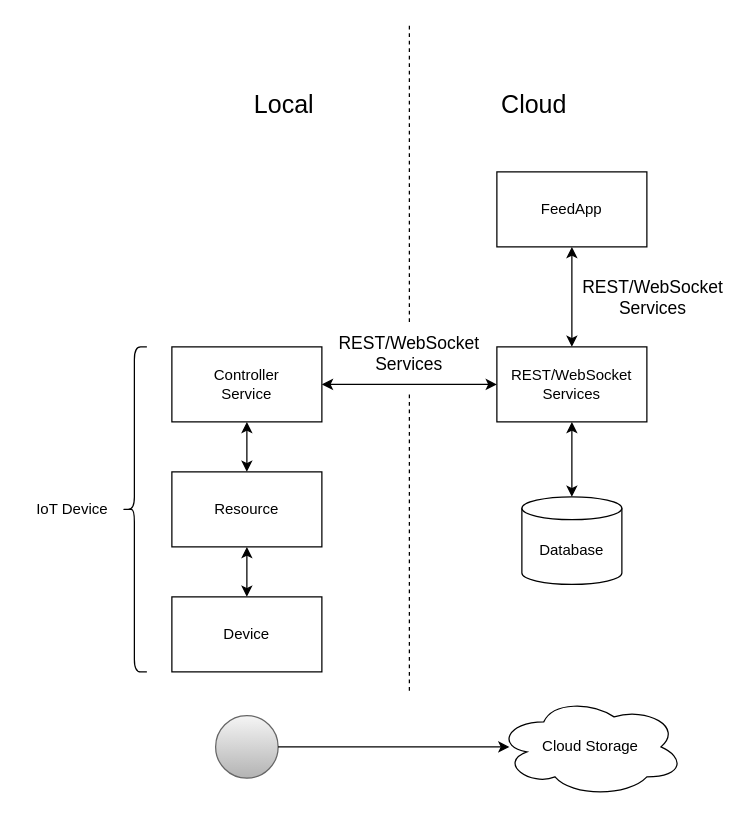
This is Assignments/AssignmentA/ArchitecturalDiagram/ArchitecturalDiagram.drawio from LisaEliassen/DAT250_Project, a draw.io file, before an edit. Source tidied: cells renumbered, new cells numbered last; positions are measured from the earlier drawing's top-left corner, leaving out a move shared by most shapes. Both pictures are drawn from the tidied source at 125%, with x=0, y=0 at pixel (21, 21).
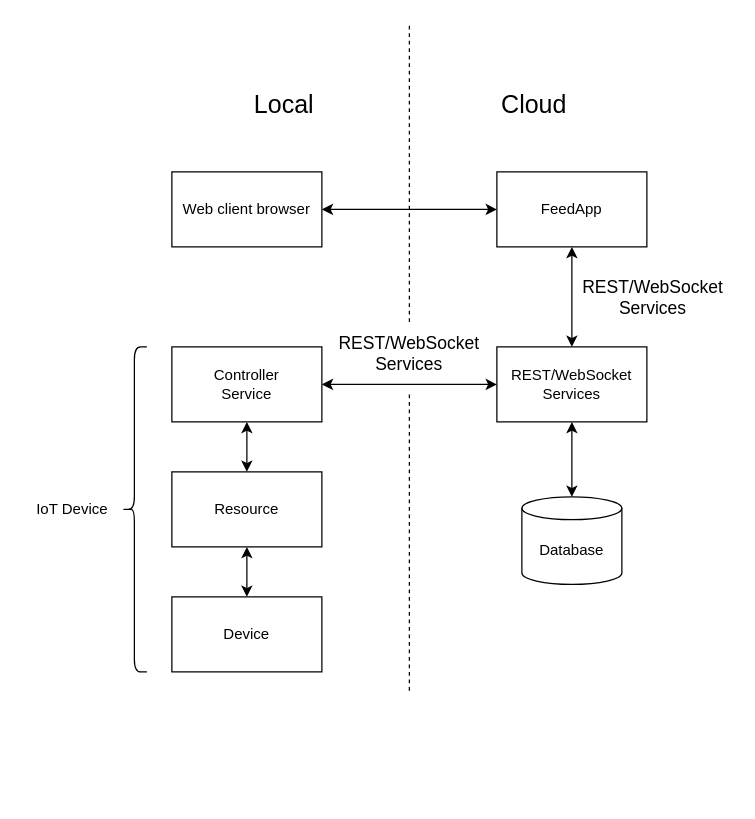
After the change.

Unchanged cells that the change refers to:
```xml
<mxCell id="4" value="FeedApp" style="rounded=0;whiteSpace=wrap;html=1;" parent="1" vertex="1">
  <mxGeometry x="380" y="120" width="120" height="60" as="geometry" />
</mxCell>
```

Diff of the diagram source:
```diff
@@
-    <mxCell id="16" style="ellipse;whiteSpace=wrap;html=1;fillColor=#f5f5f5;strokeColor=#666666;gradientColor=#b3b3b3;" parent="1" vertex="1">
-      <mxGeometry x="155" y="555" width="50" height="50" as="geometry" />
-    </mxCell>
-    <mxCell id="17" value="Cloud Storage" style="ellipse;shape=cloud;whiteSpace=wrap;html=1;" parent="1" vertex="1">
-      <mxGeometry x="380" y="540" width="150" height="80" as="geometry" />
-    </mxCell>
-    <mxCell id="18" style="endArrow=classic;html=1;rounded=0;exitX=1;exitY=0.5;exitDx=0;exitDy=0;entryX=0.067;entryY=0.5;entryDx=0;entryDy=0;entryPerimeter=0;" parent="1" edge="1" source="16" target="17">
-      <mxGeometry relative="1" as="geometry" />
-    </mxCell>
@@
+    <mxCell id="24" value="Web client browser" style="rounded=0;whiteSpace=wrap;html=1;" parent="1" vertex="1">
+      <mxGeometry x="120" y="120" width="120" height="60" as="geometry" />
+    </mxCell>
+    <mxCell id="25" style="endArrow=classic;startArrow=classic;html=1;rounded=0;entryX=0;entryY=0.5;entryDx=0;entryDy=0;exitX=1;exitY=0.5;exitDx=0;exitDy=0;" parent="1" edge="1" source="24" target="4">
+      <mxGeometry relative="1" as="geometry" />
+    </mxCell>
```
